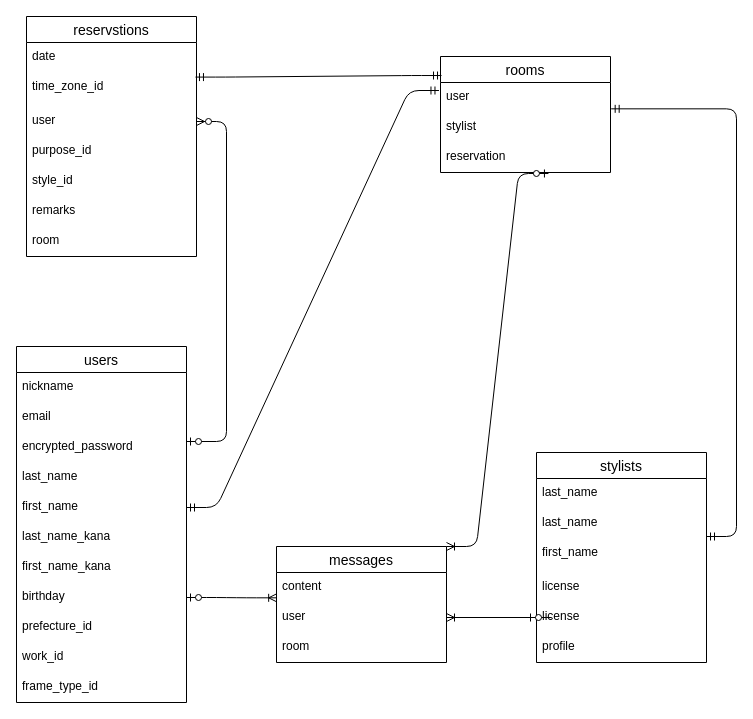
Above: er.dio in rikako-yurino/Connect-Stylist (draw.io), before the change. Source tidied: cells renumbered, new cells numbered last; positions are measured from the earlier drawing's top-left corner, leaving out a move shared by most shapes. Both pictures are drawn from the tidied source at 100%, with x=0, y=0 at pixel (16, 16).
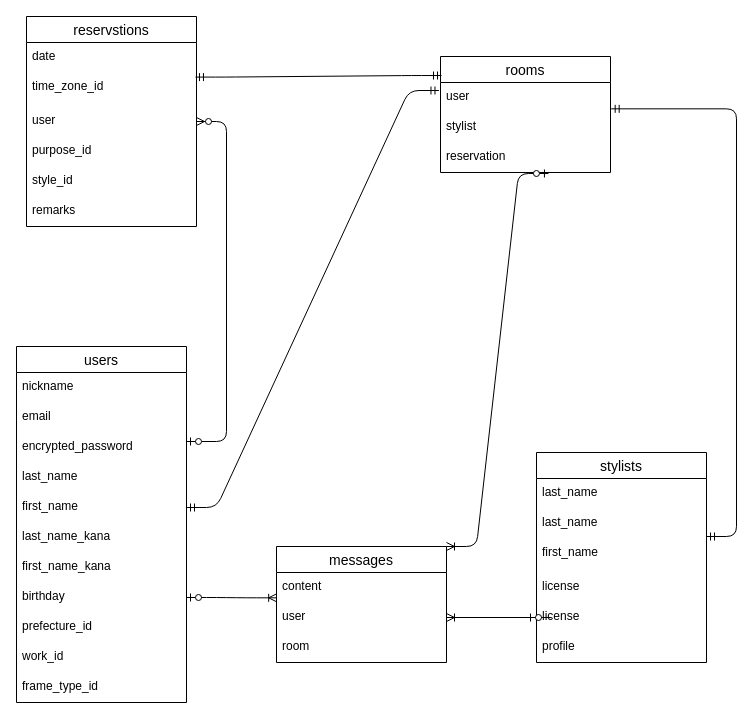
The same page after the edit.

The edit, as a diff of the source:
```diff
@@
     <mxCell id="33" value="reservstions" style="swimlane;fontStyle=0;horizontal=1;startSize=26;align=center;fontSize=14;" parent="1" vertex="1">
-      <mxGeometry x="10" width="170" height="240" as="geometry" />
+      <mxGeometry x="10" width="170" height="210" as="geometry" />
     </mxCell>
@@
-    <mxCell id="41" value="room" style="text;strokeColor=none;fillColor=none;spacingLeft=4;spacingRight=4;overflow=hidden;fontSize=12;" parent="33" vertex="1">
-      <mxGeometry y="210" width="170" height="30" as="geometry" />
-    </mxCell>
```
